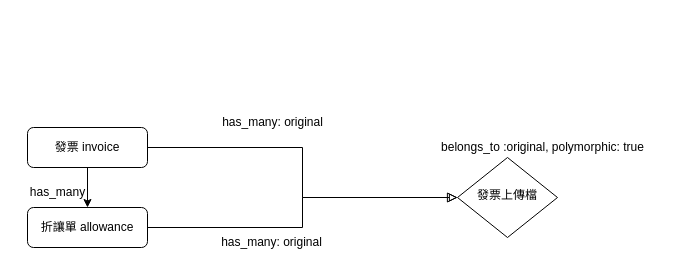
Earlier version of the draw.io diagram charts/未命名绘图.drawio (hchs200771/flow_chart). Source tidied: cells renumbered, new cells numbered last; positions are measured from the earlier drawing's top-left corner, leaving out a move shared by most shapes. Both pictures are drawn from the tidied source at 100%, with x=0, y=0 at pixel (17, 107).
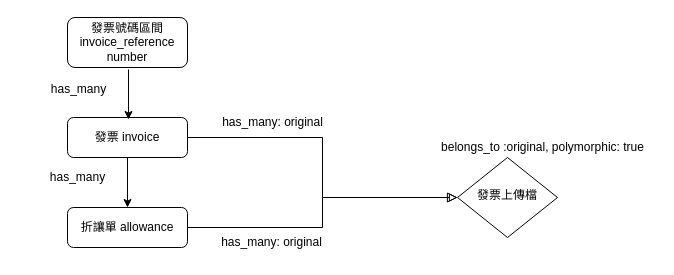
Above is the later version.

What changed in the source:
```diff
@@
 <mxGraphModel>
   <root>
     <mxCell id="0" />
     <mxCell id="1" parent="0" />
     <mxCell id="2" style="rounded=0;html=1;jettySize=auto;fontSize=11;endArrow=block;endFill=0;endSize=8;strokeWidth=1;shadow=0;labelBackgroundColor=none;edgeStyle=orthogonalEdgeStyle;" parent="1" edge="1" source="4" target="5">
       <mxGeometry relative="1" as="geometry" />
     </mxCell>
     <mxCell id="3" style="edgeStyle=orthogonalEdgeStyle;rounded=0;jettySize=auto;html=1;strokeColor=default;" parent="1" edge="1" source="4" target="7">
       <mxGeometry relative="1" as="geometry" />
     </mxCell>
     <mxCell id="4" value="發票 invoice" style="rounded=1;whiteSpace=wrap;html=1;fontSize=12;glass=0;strokeWidth=1;shadow=0;" parent="1" vertex="1">
-      <mxGeometry x="10" y="20" width="120" height="40" as="geometry" />
+      <mxGeometry x="50" y="10" width="120" height="40" as="geometry" />
     </mxCell>
     <mxCell id="5" value="發票上傳檔" style="rhombus;whiteSpace=wrap;html=1;shadow=0;fontFamily=Helvetica;fontSize=12;align=center;strokeWidth=1;spacing=6;spacingTop=-4;" parent="1" vertex="1">
       <mxGeometry x="440" y="50" width="100" height="80" as="geometry" />
     </mxCell>
     <mxCell id="6" style="rounded=0;html=1;jettySize=auto;fontSize=11;endArrow=block;endFill=0;strokeWidth=1;shadow=0;labelBackgroundColor=none;edgeStyle=orthogonalEdgeStyle;strokeColor=default;exitX=1;exitY=0.5;exitDx=0;exitDy=0;" parent="1" edge="1" source="7" target="5">
       <mxGeometry x="-0.12" y="-100" relative="1" as="geometry" />
     </mxCell>
     <mxCell id="7" value="折讓單 allowance" style="rounded=1;whiteSpace=wrap;html=1;fontSize=12;glass=0;strokeWidth=1;shadow=0;" parent="1" vertex="1">
-      <mxGeometry x="10" y="100" width="120" height="40" as="geometry" />
+      <mxGeometry x="50" y="100" width="120" height="40" as="geometry" />
     </mxCell>
     <mxCell id="8" value="has_many: original" style="text;html=1;align=center;verticalAlign=middle;fillColor=none;strokeColor=none;rounded=0;" parent="1" vertex="1">
       <mxGeometry x="195" width="120" height="30" as="geometry" />
     </mxCell>
     <mxCell id="9" value="has_many: original" style="text;html=1;align=center;verticalAlign=middle;fillColor=none;strokeColor=none;rounded=0;" parent="1" vertex="1">
       <mxGeometry x="194" y="120" width="120" height="30" as="geometry" />
     </mxCell>
     <mxCell id="10" value="has_many" style="text;html=1;align=center;verticalAlign=middle;fillColor=none;strokeColor=none;rounded=0;" parent="1" vertex="1">
-      <mxGeometry y="70" width="80" height="30" as="geometry" />
+      <mxGeometry x="20" y="55" width="80" height="30" as="geometry" />
     </mxCell>
     <mxCell id="11" value="belongs_to :original, polymorphic: true" style="text;html=1;align=center;verticalAlign=middle;fillColor=none;strokeColor=none;rounded=0;" parent="1" vertex="1">
       <mxGeometry x="410" y="25" width="230" height="30" as="geometry" />
     </mxCell>
+    <mxCell id="12" value="發票號碼區間 invoice_reference number" style="rounded=1;whiteSpace=wrap;html=1;fontSize=12;glass=0;strokeWidth=1;shadow=0;" parent="1" vertex="1">
+      <mxGeometry x="50" y="-90" width="120" height="50" as="geometry" />
+    </mxCell>
+    <mxCell id="13" style="edgeStyle=orthogonalEdgeStyle;rounded=0;orthogonalLoop=1;jettySize=auto;html=1;strokeColor=default;" parent="1" edge="1">
+      <mxGeometry relative="1" as="geometry">
+        <mxPoint x="111" y="-38" as="sourcePoint" />
+        <mxPoint x="111" y="12" as="targetPoint" />
+      </mxGeometry>
+    </mxCell>
+    <mxCell id="14" value="has_many" style="text;html=1;align=center;verticalAlign=middle;fillColor=none;strokeColor=none;rounded=0;" parent="1" vertex="1">
+      <mxGeometry x="21" y="-33" width="80" height="30" as="geometry" />
+    </mxCell>
   </root>
 </mxGraphModel>
```
